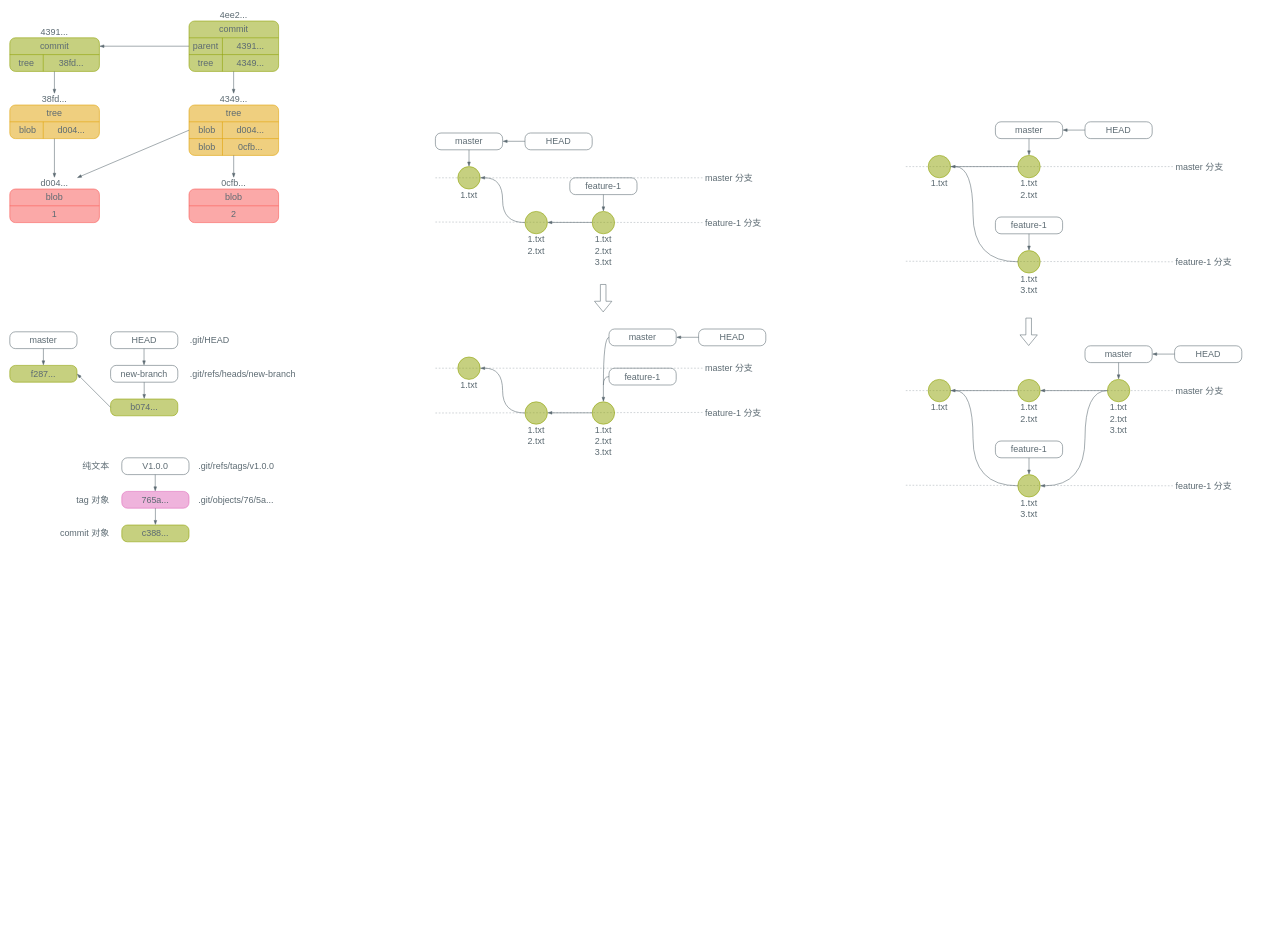
Above: content/posts/git/git.drawio in kingtuo123/blog (draw.io), before the change. Source tidied: cells renumbered, new cells numbered last; positions are measured from the earlier drawing's top-left corner, leaving out a move shared by most shapes. Both pictures are drawn from the tidied source at 56%, with x=0, y=0 at pixel (10, 10).
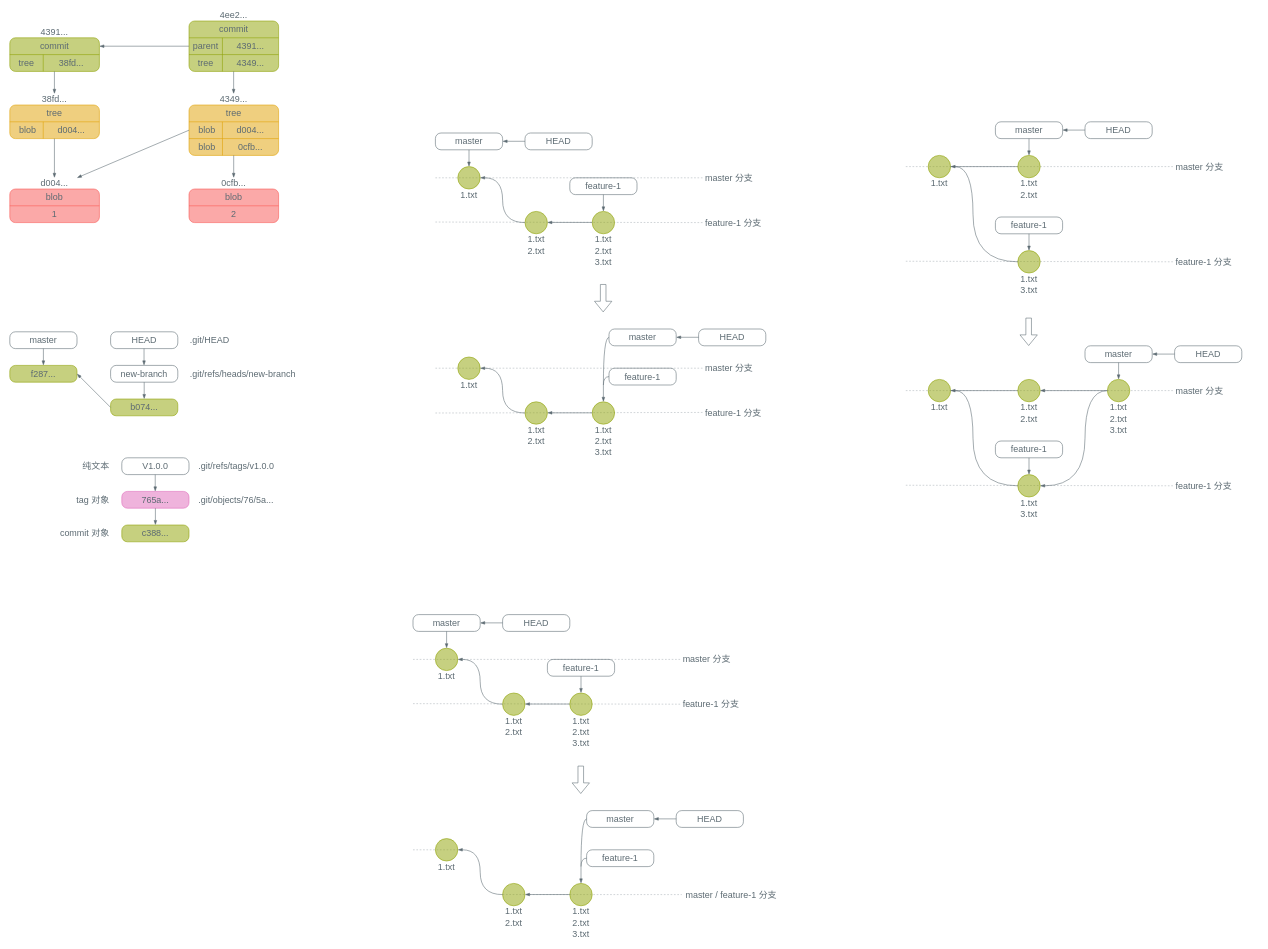
After the change.

What changed in the source:
```diff
@@
+    <mxCell id="166" style="endArrow=none;html=1;rounded=0;fontColor=light-dark(#5C6A72,#D3C6AA);strokeColor=light-dark(#5C6A72,#D3C6AA);dashed=1;fillOpacity=50;opacity=50;" parent="1" edge="1">
+      <mxGeometry relative="1" as="geometry">
+        <mxPoint x="880" y="1579.9" as="sourcePoint" />
+        <mxPoint x="1200" y="1580" as="targetPoint" />
+      </mxGeometry>
+    </mxCell>
+    <mxCell id="167" style="endArrow=none;html=1;rounded=0;fontColor=light-dark(#5C6A72,#D3C6AA);strokeColor=light-dark(#5C6A72,#D3C6AA);dashed=1;fillOpacity=50;opacity=50;entryX=1;entryY=0.5;entryDx=0;entryDy=0;" parent="1" edge="1" target="168">
+      <mxGeometry relative="1" as="geometry">
+        <mxPoint x="720" y="1500" as="sourcePoint" />
+      </mxGeometry>
+    </mxCell>
+    <mxCell id="168" style="ellipse;whiteSpace=wrap;html=1;strokeColor=light-dark(#8DA101,#A7C080);fillColor=light-dark(#8DA101,#A7C080);fillOpacity=50;" parent="1" vertex="1">
+      <mxGeometry x="760" y="1480" width="40" height="40" as="geometry" />
+    </mxCell>
+    <mxCell id="169" style="ellipse;whiteSpace=wrap;html=1;strokeColor=light-dark(#8DA101,#A7C080);fillColor=light-dark(#8DA101,#A7C080);fillOpacity=50;" parent="1" vertex="1">
+      <mxGeometry x="880" y="1560" width="40" height="40" as="geometry" />
+    </mxCell>
+    <mxCell id="170" style="curved=1;endArrow=blockThin;html=1;rounded=0;strokeColor=light-dark(#5C6A72,#D3C6AA);endFill=1;" parent="1" edge="1">
+      <mxGeometry relative="1" as="geometry">
+        <mxPoint x="880" y="1580" as="sourcePoint" />
+        <mxPoint x="800" y="1500" as="targetPoint" />
+        <Array as="points">
+          <mxPoint x="840" y="1580" />
+          <mxPoint x="840" y="1500" />
+        </Array>
+      </mxGeometry>
+    </mxCell>
+    <mxCell id="171" value="&lt;font style=&quot;color: light-dark(rgb(92, 106, 114), rgb(211, 198, 170));&quot;&gt;1.txt&lt;/font&gt;" style="rounded=1;whiteSpace=wrap;html=1;fillColor=none;fontColor=light-dark(#5C6A72,#D3C6AA);strokeColor=none;fontFamily=LXGW WenKai Mono;fontSize=16;absoluteArcSize=1;align=center;" parent="1" vertex="1">
+      <mxGeometry x="745" y="1520" width="70" height="20" as="geometry" />
+    </mxCell>
+    <mxCell id="172" value="&lt;font style=&quot;color: light-dark(rgb(92, 106, 114), rgb(211, 198, 170));&quot;&gt;2.txt&lt;/font&gt;" style="rounded=1;whiteSpace=wrap;html=1;fillColor=none;fontColor=light-dark(#5C6A72,#D3C6AA);strokeColor=none;fontFamily=LXGW WenKai Mono;fontSize=16;absoluteArcSize=1;align=center;" parent="1" vertex="1">
+      <mxGeometry x="865" y="1620" width="70" height="20" as="geometry" />
+    </mxCell>
+    <mxCell id="173" style="ellipse;whiteSpace=wrap;html=1;strokeColor=light-dark(#8DA101,#A7C080);fillColor=light-dark(#8DA101,#A7C080);fillOpacity=50;" parent="1" vertex="1">
+      <mxGeometry x="1000" y="1560" width="40" height="40" as="geometry" />
+    </mxCell>
+    <mxCell id="174" style="endArrow=blockThin;html=1;rounded=0;strokeColor=light-dark(#5C6A72,#D3C6AA);endFill=1;entryX=1;entryY=0.5;entryDx=0;entryDy=0;" parent="1" edge="1">
+      <mxGeometry relative="1" as="geometry">
+        <mxPoint x="1000" y="1579.9" as="sourcePoint" />
+        <mxPoint x="920" y="1579.9" as="targetPoint" />
+      </mxGeometry>
+    </mxCell>
+    <mxCell id="175" value="&lt;font style=&quot;color: light-dark(rgb(92, 106, 114), rgb(211, 198, 170));&quot;&gt;3.txt&lt;/font&gt;" style="rounded=1;whiteSpace=wrap;html=1;fillColor=none;fontColor=light-dark(#5C6A72,#D3C6AA);strokeColor=none;fontFamily=LXGW WenKai Mono;fontSize=16;absoluteArcSize=1;align=center;" parent="1" vertex="1">
+      <mxGeometry x="985" y="1640" width="70" height="20" as="geometry" />
+    </mxCell>
+    <mxCell id="176" value="&lt;font style=&quot;color: light-dark(rgb(92, 106, 114), rgb(211, 198, 170));&quot;&gt;1.txt&lt;/font&gt;" style="rounded=1;whiteSpace=wrap;html=1;fillColor=none;fontColor=light-dark(#5C6A72,#D3C6AA);strokeColor=none;fontFamily=LXGW WenKai Mono;fontSize=16;absoluteArcSize=1;align=center;" parent="1" vertex="1">
+      <mxGeometry x="865" y="1600" width="70" height="20" as="geometry" />
+    </mxCell>
+    <mxCell id="177" value="&lt;font style=&quot;color: light-dark(rgb(92, 106, 114), rgb(211, 198, 170));&quot;&gt;2.txt&lt;/font&gt;" style="rounded=1;whiteSpace=wrap;html=1;fillColor=none;fontColor=light-dark(#5C6A72,#D3C6AA);strokeColor=none;fontFamily=LXGW WenKai Mono;fontSize=16;absoluteArcSize=1;align=center;" parent="1" vertex="1">
+      <mxGeometry x="985" y="1620" width="70" height="20" as="geometry" />
+    </mxCell>
+    <mxCell id="178" value="&lt;font style=&quot;color: light-dark(rgb(92, 106, 114), rgb(211, 198, 170));&quot;&gt;1.txt&lt;/font&gt;" style="rounded=1;whiteSpace=wrap;html=1;fillColor=none;fontColor=light-dark(#5C6A72,#D3C6AA);strokeColor=none;fontFamily=LXGW WenKai Mono;fontSize=16;absoluteArcSize=1;align=center;" parent="1" vertex="1">
+      <mxGeometry x="985" y="1600" width="70" height="20" as="geometry" />
+    </mxCell>
+    <mxCell id="179" style="endArrow=none;html=1;rounded=0;fontColor=light-dark(#5C6A72,#D3C6AA);strokeColor=light-dark(#5C6A72,#D3C6AA);dashed=1;fillOpacity=50;opacity=50;" parent="1" edge="1">
+      <mxGeometry relative="1" as="geometry">
+        <mxPoint x="720" y="1239" as="sourcePoint" />
+        <mxPoint x="1200" y="1240" as="targetPoint" />
+      </mxGeometry>
+    </mxCell>
+    <mxCell id="180" style="endArrow=none;html=1;rounded=0;fontColor=light-dark(#5C6A72,#D3C6AA);strokeColor=light-dark(#5C6A72,#D3C6AA);dashed=1;fillOpacity=50;opacity=50;" parent="1" edge="1">
+      <mxGeometry relative="1" as="geometry">
+        <mxPoint x="720" y="1160" as="sourcePoint" />
+        <mxPoint x="1200" y="1160" as="targetPoint" />
+      </mxGeometry>
+    </mxCell>
+    <mxCell id="181" style="ellipse;whiteSpace=wrap;html=1;strokeColor=light-dark(#8DA101,#A7C080);fillColor=light-dark(#8DA101,#A7C080);fillOpacity=50;" parent="1" vertex="1">
+      <mxGeometry x="760" y="1140" width="40" height="40" as="geometry" />
+    </mxCell>
+    <mxCell id="182" style="ellipse;whiteSpace=wrap;html=1;strokeColor=light-dark(#8DA101,#A7C080);fillColor=light-dark(#8DA101,#A7C080);fillOpacity=50;" parent="1" vertex="1">
+      <mxGeometry x="880" y="1220" width="40" height="40" as="geometry" />
+    </mxCell>
+    <mxCell id="183" style="curved=1;endArrow=blockThin;html=1;rounded=0;strokeColor=light-dark(#5C6A72,#D3C6AA);endFill=1;" parent="1" edge="1">
+      <mxGeometry relative="1" as="geometry">
+        <mxPoint x="880" y="1240" as="sourcePoint" />
+        <mxPoint x="800" y="1160" as="targetPoint" />
+        <Array as="points">
+          <mxPoint x="840" y="1240" />
+          <mxPoint x="840" y="1160" />
+        </Array>
+      </mxGeometry>
+    </mxCell>
+    <mxCell id="184" value="&lt;font style=&quot;color: light-dark(rgb(92, 106, 114), rgb(211, 198, 170));&quot;&gt;1.txt&lt;/font&gt;" style="rounded=1;whiteSpace=wrap;html=1;fillColor=none;fontColor=light-dark(#5C6A72,#D3C6AA);strokeColor=none;fontFamily=LXGW WenKai Mono;fontSize=16;absoluteArcSize=1;align=center;" parent="1" vertex="1">
+      <mxGeometry x="745" y="1180" width="70" height="20" as="geometry" />
+    </mxCell>
+    <mxCell id="185" value="&lt;font style=&quot;color: light-dark(rgb(92, 106, 114), rgb(211, 198, 170));&quot;&gt;2.txt&lt;/font&gt;" style="rounded=1;whiteSpace=wrap;html=1;fillColor=none;fontColor=light-dark(#5C6A72,#D3C6AA);strokeColor=none;fontFamily=LXGW WenKai Mono;fontSize=16;absoluteArcSize=1;align=center;" parent="1" vertex="1">
+      <mxGeometry x="865" y="1280" width="70" height="20" as="geometry" />
+    </mxCell>
+    <mxCell id="186" style="ellipse;whiteSpace=wrap;html=1;strokeColor=light-dark(#8DA101,#A7C080);fillColor=light-dark(#8DA101,#A7C080);fillOpacity=50;" parent="1" vertex="1">
+      <mxGeometry x="1000" y="1220" width="40" height="40" as="geometry" />
+    </mxCell>
+    <mxCell id="187" style="endArrow=blockThin;html=1;rounded=0;strokeColor=light-dark(#5C6A72,#D3C6AA);endFill=1;entryX=1;entryY=0.5;entryDx=0;entryDy=0;" parent="1" edge="1">
+      <mxGeometry relative="1" as="geometry">
+        <mxPoint x="1000" y="1239.7" as="sourcePoint" />
+        <mxPoint x="920" y="1239.7" as="targetPoint" />
+      </mxGeometry>
+    </mxCell>
+    <mxCell id="188" value="&lt;font style=&quot;color: light-dark(rgb(92, 106, 114), rgb(211, 198, 170));&quot;&gt;3.txt&lt;/font&gt;" style="rounded=1;whiteSpace=wrap;html=1;fillColor=none;fontColor=light-dark(#5C6A72,#D3C6AA);strokeColor=none;fontFamily=LXGW WenKai Mono;fontSize=16;absoluteArcSize=1;align=center;" parent="1" vertex="1">
+      <mxGeometry x="985" y="1300" width="70" height="20" as="geometry" />
+    </mxCell>
+    <mxCell id="189" value="&lt;font style=&quot;color: light-dark(rgb(92, 106, 114), rgb(211, 198, 170));&quot;&gt;1.txt&lt;/font&gt;" style="rounded=1;whiteSpace=wrap;html=1;fillColor=none;fontColor=light-dark(#5C6A72,#D3C6AA);strokeColor=none;fontFamily=LXGW WenKai Mono;fontSize=16;absoluteArcSize=1;align=center;" parent="1" vertex="1">
+      <mxGeometry x="865" y="1260" width="70" height="20" as="geometry" />
+    </mxCell>
+    <mxCell id="190" value="&lt;font style=&quot;color: light-dark(rgb(92, 106, 114), rgb(211, 198, 170));&quot;&gt;2.txt&lt;/font&gt;" style="rounded=1;whiteSpace=wrap;html=1;fillColor=none;fontColor=light-dark(#5C6A72,#D3C6AA);strokeColor=none;fontFamily=LXGW WenKai Mono;fontSize=16;absoluteArcSize=1;align=center;" parent="1" vertex="1">
+      <mxGeometry x="985" y="1280" width="70" height="20" as="geometry" />
+    </mxCell>
+    <mxCell id="191" value="&lt;font style=&quot;color: light-dark(rgb(92, 106, 114), rgb(211, 198, 170));&quot;&gt;1.txt&lt;/font&gt;" style="rounded=1;whiteSpace=wrap;html=1;fillColor=none;fontColor=light-dark(#5C6A72,#D3C6AA);strokeColor=none;fontFamily=LXGW WenKai Mono;fontSize=16;absoluteArcSize=1;align=center;" parent="1" vertex="1">
+      <mxGeometry x="985" y="1260" width="70" height="20" as="geometry" />
+    </mxCell>
+    <mxCell id="192" value="&lt;font style=&quot;color: light-dark(rgb(92, 106, 114), rgb(211, 198, 170));&quot;&gt;master&lt;/font&gt;" style="rounded=1;whiteSpace=wrap;html=1;fillColor=none;fontColor=light-dark(#5C6A72,#D3C6AA);strokeColor=light-dark(#5C6A72,#D3C6AA);fontFamily=LXGW WenKai Mono;fontSize=16;absoluteArcSize=1;" parent="1" vertex="1">
+      <mxGeometry x="720" y="1080" width="120" height="30" as="geometry" />
+    </mxCell>
+    <mxCell id="193" style="endArrow=blockThin;html=1;rounded=0;strokeColor=light-dark(#5C6A72,#D3C6AA);endFill=1;" parent="1" edge="1">
+      <mxGeometry relative="1" as="geometry">
+        <mxPoint x="780" y="1110" as="sourcePoint" />
+        <mxPoint x="780" y="1140" as="targetPoint" />
+      </mxGeometry>
+    </mxCell>
+    <mxCell id="194" value="&lt;font style=&quot;color: light-dark(rgb(92, 106, 114), rgb(211, 198, 170));&quot;&gt;master&lt;/font&gt;" style="rounded=1;whiteSpace=wrap;html=1;fillColor=none;fontColor=light-dark(#5C6A72,#D3C6AA);strokeColor=light-dark(#5C6A72,#D3C6AA);fontFamily=LXGW WenKai Mono;fontSize=16;absoluteArcSize=1;" parent="1" vertex="1">
+      <mxGeometry x="1030" y="1430" width="120" height="30" as="geometry" />
+    </mxCell>
+    <mxCell id="195" value="&lt;font style=&quot;color: light-dark(rgb(92, 106, 114), rgb(211, 198, 170));&quot;&gt;feature-1&lt;/font&gt;" style="rounded=1;whiteSpace=wrap;html=1;fillColor=none;fontColor=light-dark(#5C6A72,#D3C6AA);strokeColor=light-dark(#5C6A72,#D3C6AA);fontFamily=LXGW WenKai Mono;fontSize=16;absoluteArcSize=1;" parent="1" vertex="1">
+      <mxGeometry x="960" y="1160" width="120" height="30" as="geometry" />
+    </mxCell>
+    <mxCell id="196" style="endArrow=blockThin;html=1;rounded=0;strokeColor=light-dark(#5C6A72,#D3C6AA);endFill=1;" parent="1" edge="1">
+      <mxGeometry relative="1" as="geometry">
+        <mxPoint x="1020" y="1190" as="sourcePoint" />
+        <mxPoint x="1020" y="1220" as="targetPoint" />
+      </mxGeometry>
+    </mxCell>
+    <mxCell id="197" value="&lt;font style=&quot;color: light-dark(rgb(92, 106, 114), rgb(211, 198, 170));&quot;&gt;feature-1&lt;/font&gt;" style="rounded=1;whiteSpace=wrap;html=1;fillColor=none;fontColor=light-dark(#5C6A72,#D3C6AA);strokeColor=light-dark(#5C6A72,#D3C6AA);fontFamily=LXGW WenKai Mono;fontSize=16;absoluteArcSize=1;" parent="1" vertex="1">
+      <mxGeometry x="1030" y="1500" width="120" height="30" as="geometry" />
+    </mxCell>
+    <mxCell id="198" style="endArrow=blockThin;html=1;rounded=0;strokeColor=light-dark(#5C6A72,#D3C6AA);endFill=1;" parent="1" edge="1">
+      <mxGeometry relative="1" as="geometry">
+        <mxPoint x="1020" y="1530" as="sourcePoint" />
+        <mxPoint x="1020" y="1560" as="targetPoint" />
+      </mxGeometry>
+    </mxCell>
+    <mxCell id="199" style="curved=1;endArrow=none;html=1;rounded=0;strokeColor=light-dark(#5C6A72,#D3C6AA);endFill=0;entryX=0;entryY=0.5;entryDx=0;entryDy=0;" parent="1" edge="1" target="194">
+      <mxGeometry relative="1" as="geometry">
+        <mxPoint x="1020" y="1530" as="sourcePoint" />
+        <Array as="points">
+          <mxPoint x="1020" y="1445" />
+        </Array>
+      </mxGeometry>
+    </mxCell>
+    <mxCell id="200" style="curved=1;endArrow=none;html=1;rounded=0;strokeColor=light-dark(#5C6A72,#D3C6AA);endFill=0;entryX=0;entryY=0.5;entryDx=0;entryDy=0;" parent="1" edge="1" target="197">
+      <mxGeometry relative="1" as="geometry">
+        <mxPoint x="1020" y="1530" as="sourcePoint" />
+        <Array as="points">
+          <mxPoint x="1020" y="1515" />
+        </Array>
+      </mxGeometry>
+    </mxCell>
+    <mxCell id="201" value="&lt;font style=&quot;color: light-dark(rgb(92, 106, 114), rgb(211, 198, 170));&quot;&gt;master 分支&lt;/font&gt;" style="rounded=1;whiteSpace=wrap;html=1;fillColor=none;fontColor=light-dark(#5C6A72,#D3C6AA);strokeColor=none;fontFamily=LXGW WenKai Mono;fontSize=16;absoluteArcSize=1;align=left;" parent="1" vertex="1">
+      <mxGeometry x="1200" y="1150" width="150" height="20" as="geometry" />
+    </mxCell>
+    <mxCell id="202" value="&lt;font style=&quot;color: light-dark(rgb(92, 106, 114), rgb(211, 198, 170));&quot;&gt;feature-1 分支&lt;/font&gt;" style="rounded=1;whiteSpace=wrap;html=1;fillColor=none;fontColor=light-dark(#5C6A72,#D3C6AA);strokeColor=none;fontFamily=LXGW WenKai Mono;fontSize=16;absoluteArcSize=1;align=left;" parent="1" vertex="1">
+      <mxGeometry x="1200" y="1230" width="150" height="20" as="geometry" />
+    </mxCell>
+    <mxCell id="203" style="shape=flexArrow;endArrow=classic;html=1;rounded=0;fillColor=none;strokeColor=light-dark(#5C6A72,#D3C6AA);" parent="1" edge="1">
+      <mxGeometry relative="1" as="geometry">
+        <mxPoint x="1019.6" y="1350" as="sourcePoint" />
+        <mxPoint x="1019.6" y="1400" as="targetPoint" />
+      </mxGeometry>
+    </mxCell>
+    <mxCell id="204" value="&lt;font style=&quot;color: light-dark(rgb(92, 106, 114), rgb(211, 198, 170));&quot;&gt;HEAD&lt;/font&gt;" style="rounded=1;whiteSpace=wrap;html=1;fillColor=none;fontColor=light-dark(#5C6A72,#D3C6AA);strokeColor=light-dark(#5C6A72,#D3C6AA);fontFamily=LXGW WenKai Mono;fontSize=16;absoluteArcSize=1;" parent="1" vertex="1">
+      <mxGeometry x="880" y="1080" width="120" height="30" as="geometry" />
+    </mxCell>
+    <mxCell id="205" style="endArrow=blockThin;html=1;rounded=0;strokeColor=light-dark(#5C6A72,#D3C6AA);endFill=1;" parent="1" edge="1">
+      <mxGeometry relative="1" as="geometry">
+        <mxPoint x="880" y="1094.8" as="sourcePoint" />
+        <mxPoint x="840" y="1094.8" as="targetPoint" />
+      </mxGeometry>
+    </mxCell>
+    <mxCell id="206" value="&lt;font style=&quot;color: light-dark(rgb(92, 106, 114), rgb(211, 198, 170));&quot;&gt;HEAD&lt;/font&gt;" style="rounded=1;whiteSpace=wrap;html=1;fillColor=none;fontColor=light-dark(#5C6A72,#D3C6AA);strokeColor=light-dark(#5C6A72,#D3C6AA);fontFamily=LXGW WenKai Mono;fontSize=16;absoluteArcSize=1;" parent="1" vertex="1">
+      <mxGeometry x="1190" y="1430" width="120" height="30" as="geometry" />
+    </mxCell>
+    <mxCell id="207" style="endArrow=blockThin;html=1;rounded=0;strokeColor=light-dark(#5C6A72,#D3C6AA);endFill=1;" parent="1" edge="1">
+      <mxGeometry relative="1" as="geometry">
+        <mxPoint x="1190" y="1444.8" as="sourcePoint" />
+        <mxPoint x="1150" y="1444.8" as="targetPoint" />
+      </mxGeometry>
+    </mxCell>
+    <mxCell id="208" value="&lt;font style=&quot;color: light-dark(rgb(92, 106, 114), rgb(211, 198, 170));&quot;&gt;master / feature-1 分支&lt;/font&gt;" style="rounded=1;whiteSpace=wrap;html=1;fillColor=none;fontColor=light-dark(#5C6A72,#D3C6AA);strokeColor=none;fontFamily=LXGW WenKai Mono;fontSize=16;absoluteArcSize=1;align=left;" parent="1" vertex="1">
+      <mxGeometry x="1205" y="1570" width="215" height="20" as="geometry" />
+    </mxCell>
```
